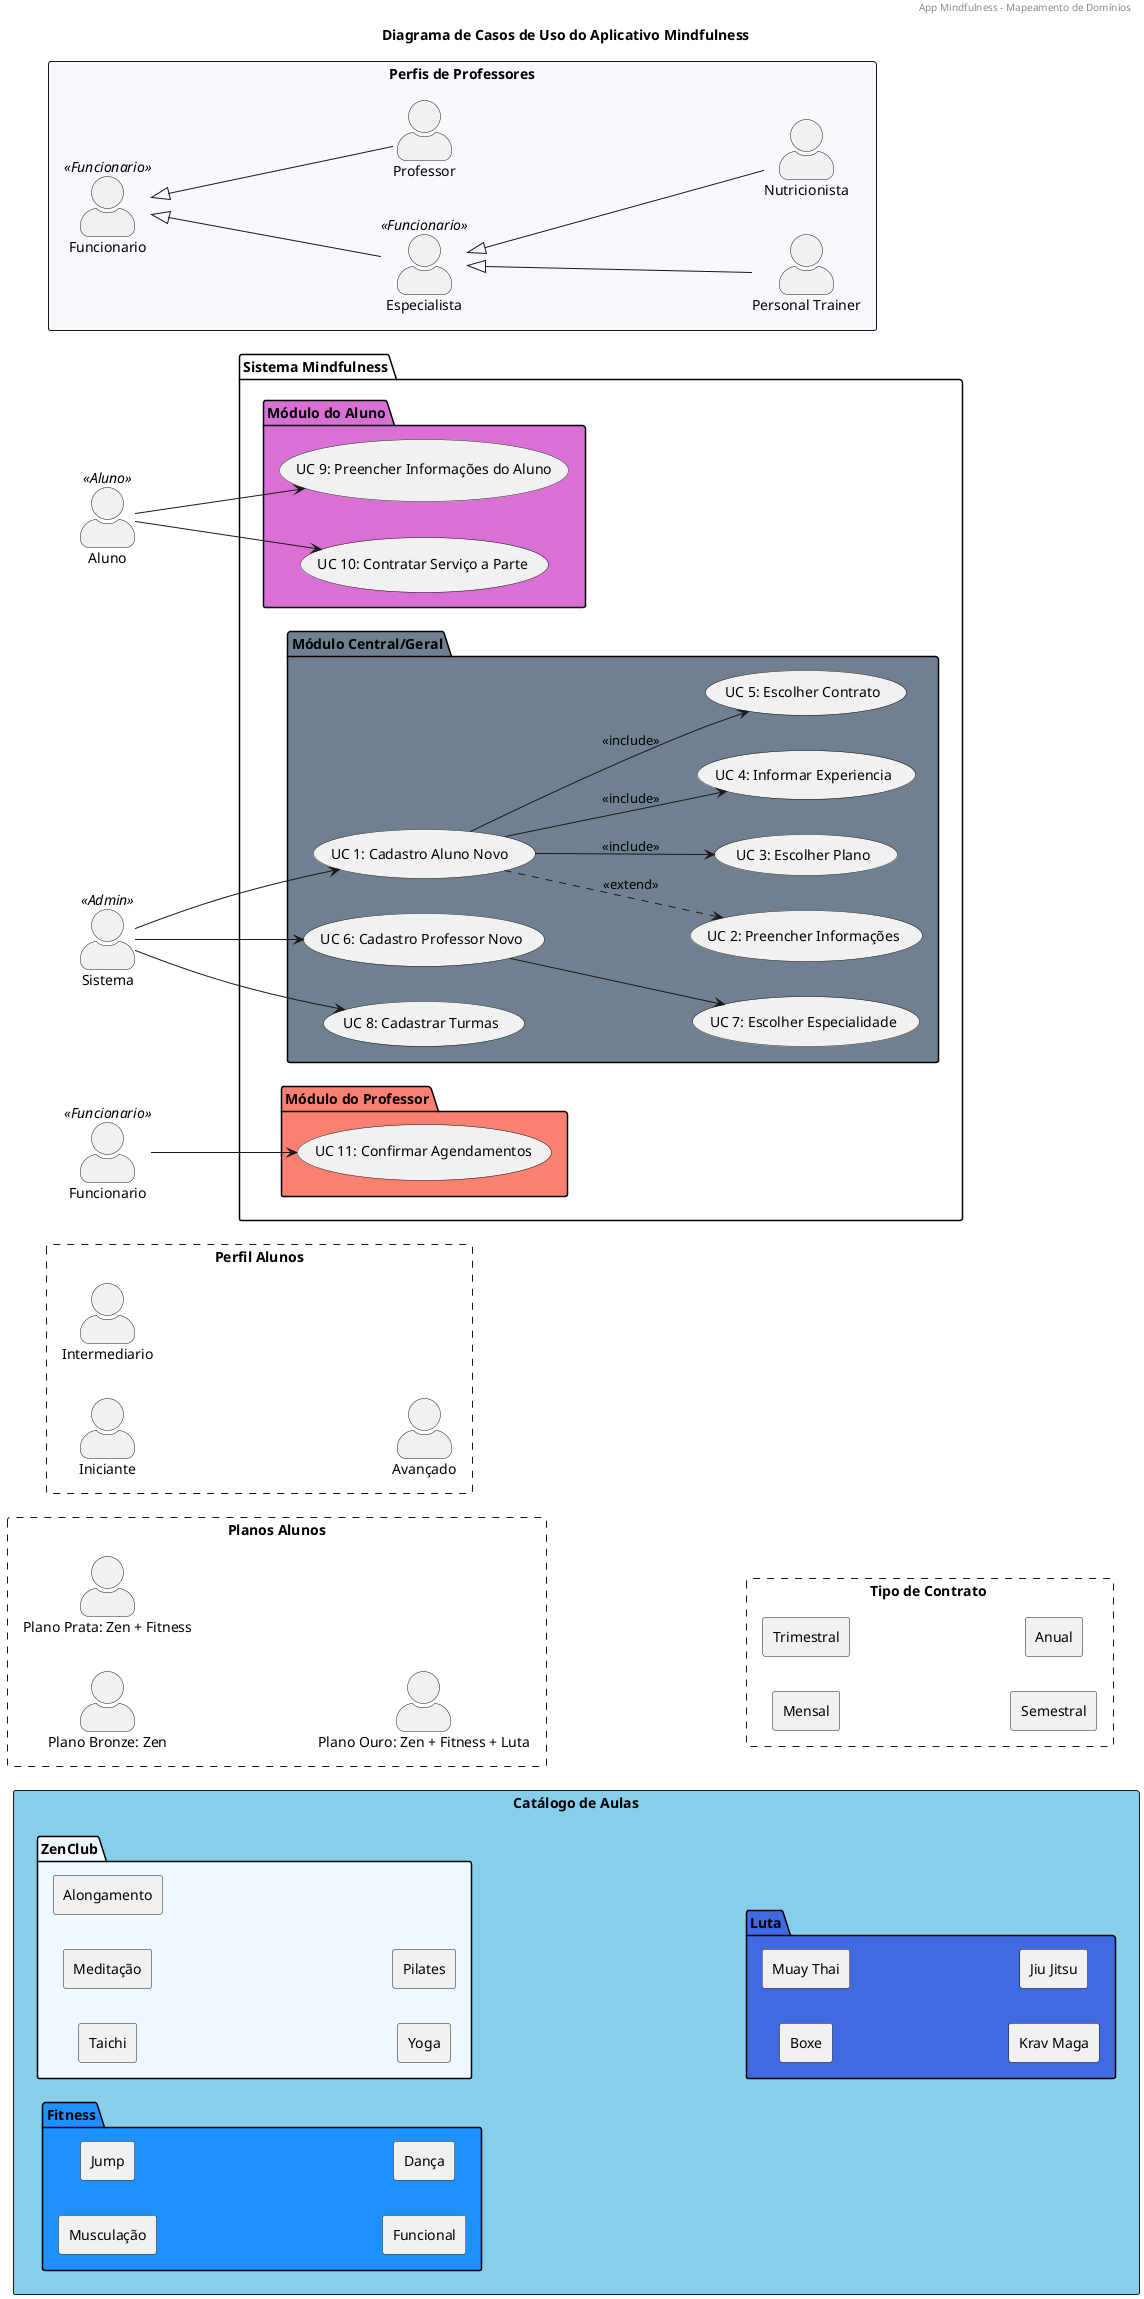
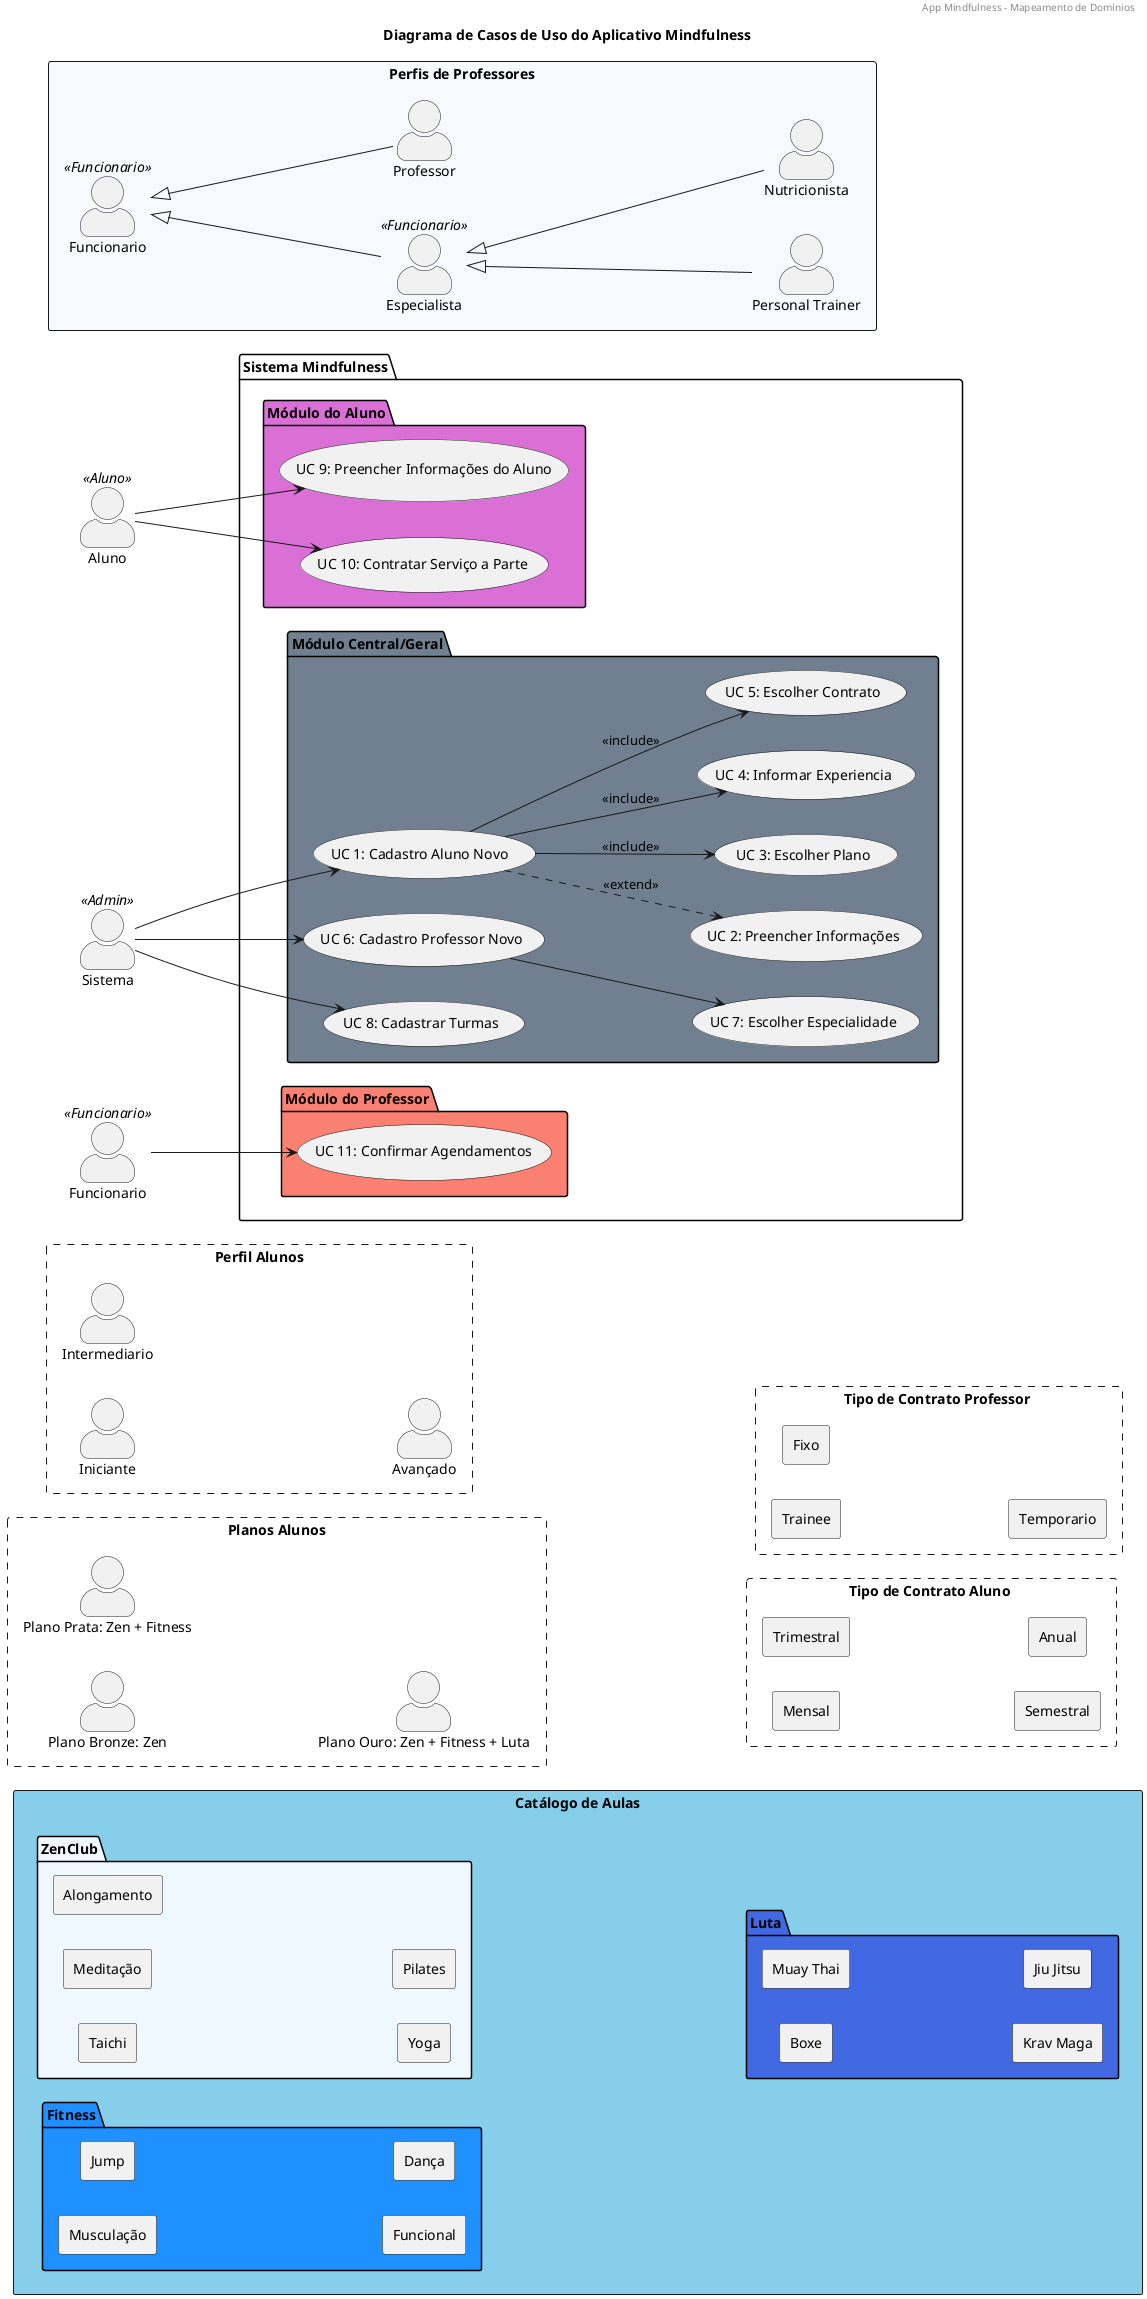
@startuml
header App Mindfulness - Mapeamento de Domínios
title Diagrama de Casos de Uso do Aplicativo Mindfulness

left to right direction
skinparam actorStyle awesome


' --- Aulas que a academia Oferece ---
rectangle "Catálogo de Aulas" #SkyBlue {

    package "ZenClub" #AliceBlue {
    rectangle "Taichi" as Taichi
    rectangle "Meditação" as Meditação
    rectangle "Alongamento" as Alongamento
    rectangle "Yoga" as Yoga
    rectangle "Pilates" as Pilates
}
package "Fitness" #DodgerBlue {
    rectangle "Musculação" as Musculação
    rectangle "Jump" as Jump
    rectangle "Funcional" as Funcional
    rectangle "Dança" as Dança
}
package "Luta" #RoyalBlue {
    rectangle "Boxe" as Boxe
    rectangle "Muay Thai" as MuayThai
    rectangle "Krav Maga" as KravMaga
    rectangle "Jiu Jitsu" as JiuJitsu
}
}


' Caixa dos Funcionários
rectangle "Perfis de Professores" #GhostWhite {
    actor "Especialista" as funcionarioEspecialista << Funcionario >>
    actor "Funcionario" as Funcionario << Funcionario >>
    actor "Personal Trainer" as PersonalTrainer
    actor "Professor" as Professor
    actor "Nutricionista" as Nutricionista

    ' Herança: Todos são tipos de Guias
    Funcionario <|-- funcionarioEspecialista
    Funcionario <|-- Professor
    funcionarioEspecialista <|-- PersonalTrainer
    funcionarioEspecialista <|-- Nutricionista


}


' --- Planos dos Alunos ---
rectangle "Planos Alunos" #line.dashed {
    actor "Plano Bronze: Zen" as Bronze
    actor "Plano Prata: Zen + Fitness" as Prata
    actor "Plano Ouro: Zen + Fitness + Luta" as Ouro
}

rectangle "Perfil Alunos" #line.dashed {
    actor "Iniciante" as Iniciante
    actor "Intermediario" as Intermediario
    actor "Avançado" as Avançado
}

- rectangle "Tipo de Contrato " #line.dashed {
+ rectangle "Tipo de Contrato Aluno " #line.dashed {
    rectangle "Mensal" as Mensal
    rectangle "Trimestral" as Trimestral
    rectangle "Semestral" as Semestral
    rectangle "Anual" as Anual
+ }
+ 
+ rectangle "Tipo de Contrato Professor " #line.dashed {
+     rectangle "Trainee" as Trainee
+     rectangle "Fixo" as Fixo
+     rectangle "Temporario" as Temporario
+ 
}


'control "Validador de Agendamento" as Motor
'boundary "Tela de Yoga" as Tela
'Abstração dos Especialistas (Hierarquia)
'User -> Tela : Toca em "Agendar"


package "Sistema Mindfulness" {

    ' Atribuições do Sistema geral
    package "Módulo Central/Geral" #SlateGray {
        usecase "UC 1: Cadastro Aluno Novo " as UC1
        usecase "UC 2: Preencher Informações" as UC2
        usecase "UC 3: Escolher Plano" as UC3
        usecase "UC 4: Informar Experiencia" as UC4
        usecase "UC 5: Escolher Contrato" as UC5
        usecase "UC 6: Cadastro Professor Novo" as UC6
        usecase "UC 7: Escolher Especialidade" as UC7
        usecase "UC 8: Cadastrar Turmas" as UC8


    }

    ' Casos de Uso do Aluno
    package "Módulo do Aluno" #Orchid {
        usecase "UC 9: Preencher Informações do Aluno" as UC9
        usecase "UC 10: Contratar Serviço a Parte" as UC10
    }
    ' Casos de Uso do Aluno
    package "Módulo do Professor" #Salmon {
        usecase "UC 11: Confirmar Agendamentos" as UC11

    }

}
' --- Definição dos Atores ---
actor "Aluno" as Aluno << Aluno >>
actor "Sistema" as Admin << Admin>>
actor "Funcionario" as funcionarioSistema <<Funcionario>>

' --- Conexões (Relacionamentos) ---
'Primeiro de Tudo tem que ter o cadastro dos alunos e funcionarios
'A unica pessoa que fara isso é o Administrador da Academia

Admin --> UC1
'Aqui pode ser cadatro de Aluno ou Professor né... melhor separar porque as 2 classes tem informações diferentes
UC1 --> UC3 : <<include>>
UC1 ..>UC2  : <<extend>>
UC1 --> UC4 : <<include>>
UC1 --> UC5 : <<include>>

'O admin tambem cadastra professores
Admin --> UC6
UC6 --> UC7

'O admin também pode ofertar mais turmas de aulas
Admin --> UC8

'O Aluno pode preencher ou editar as informações dele quando quiser
Aluno --> UC9
'Ele também pode contratar serviços a parte quando quiser
Aluno --> UC10

' O Personal Trainer confirma o agendamento que os alunos fizeram
funcionarioSistema --> UC11
'UC2 ..> UC5 : <<include>>



' --- Notas de Regras de Negócio ---


@enduml


